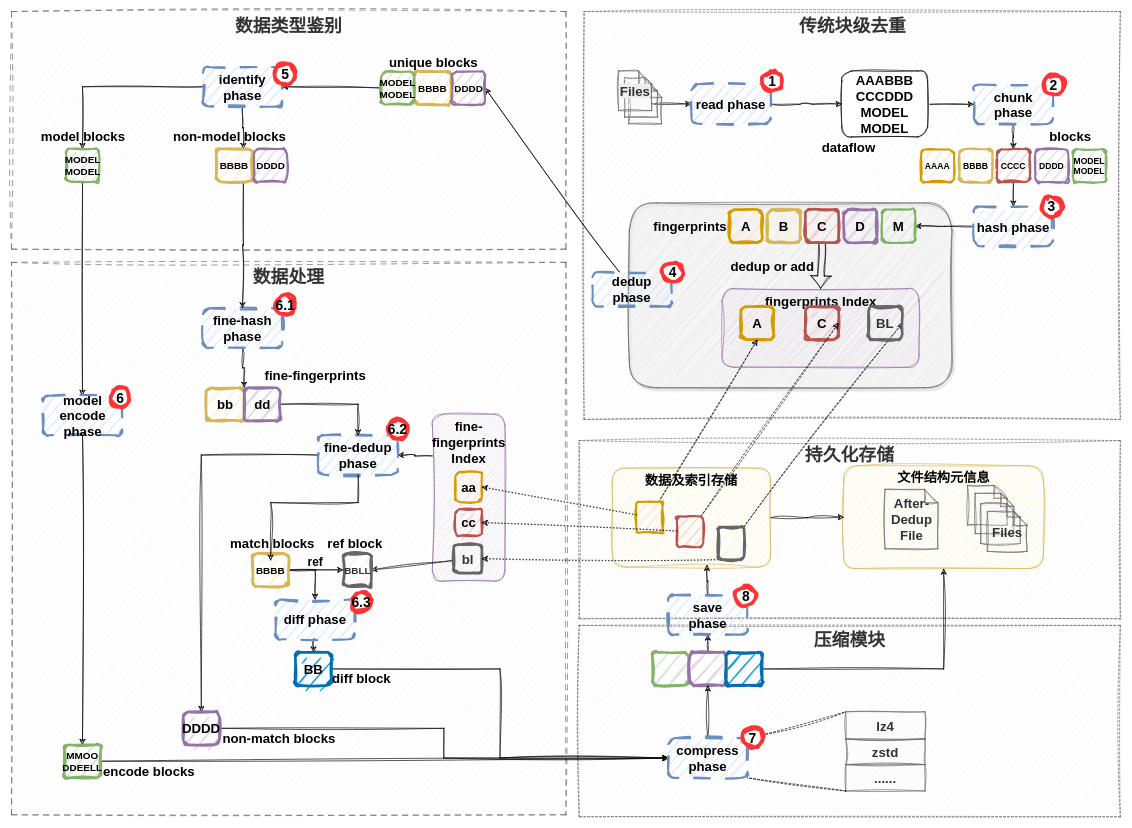
lucky6six/SJTU-lz keeps this draw.io diagram as figures/0309系统去重存储工作流.drawio. Above is the earlier version. Source tidied: cells renumbered, new cells numbered last; positions are measured from the earlier drawing's top-left corner, leaving out a move shared by most shapes. Both pictures are drawn from the tidied source at 66%, with x=0, y=0 at pixel (11, 11).
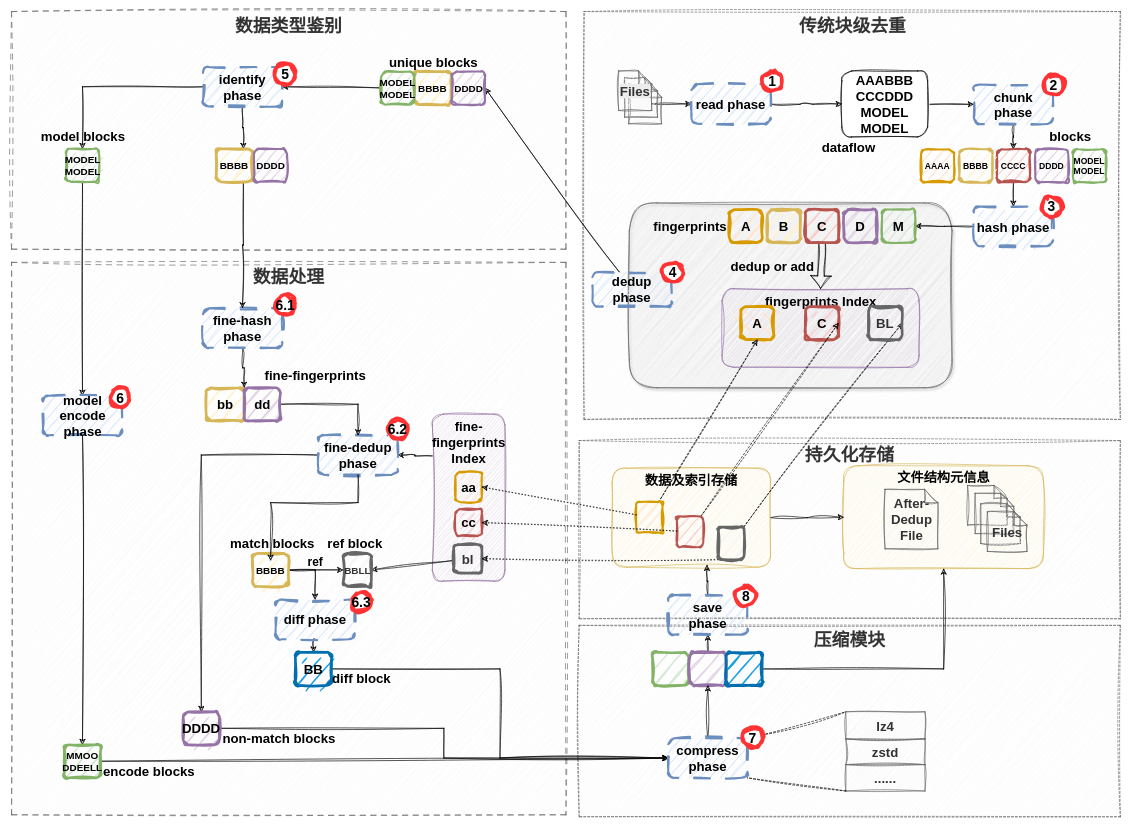
Above is the later version.

The edit, as a diff of the source:
```diff
@@
-    <mxCell id="94" value="non-model blocks" style="text;html=1;align=center;verticalAlign=middle;strokeColor=none;fillColor=none;fontSize=20;fontStyle=1;sketch=1;curveFitting=1;jiggle=2;" parent="1" vertex="1">
-      <mxGeometry x="240" y="168.5" width="180" height="40" as="geometry" />
-    </mxCell>
```
